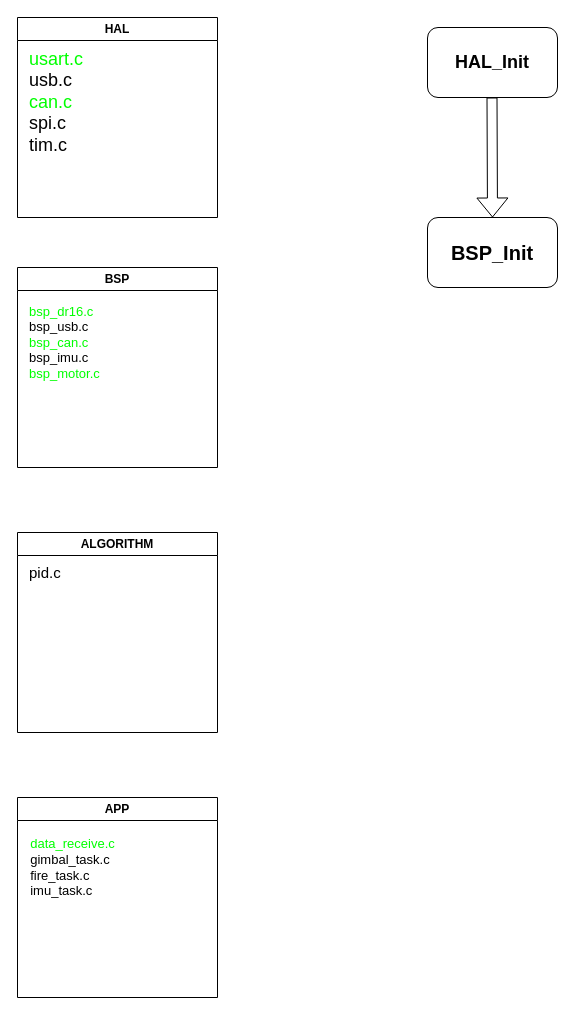
CAYON2023/Git-CAYON keeps this draw.io diagram as demo.drawio. Above is the earlier version. Source tidied: cells renumbered, new cells numbered last; positions are measured from the earlier drawing's top-left corner, leaving out a move shared by most shapes. Both pictures are drawn from the tidied source at 100%, with x=0, y=0 at pixel (17, 17).
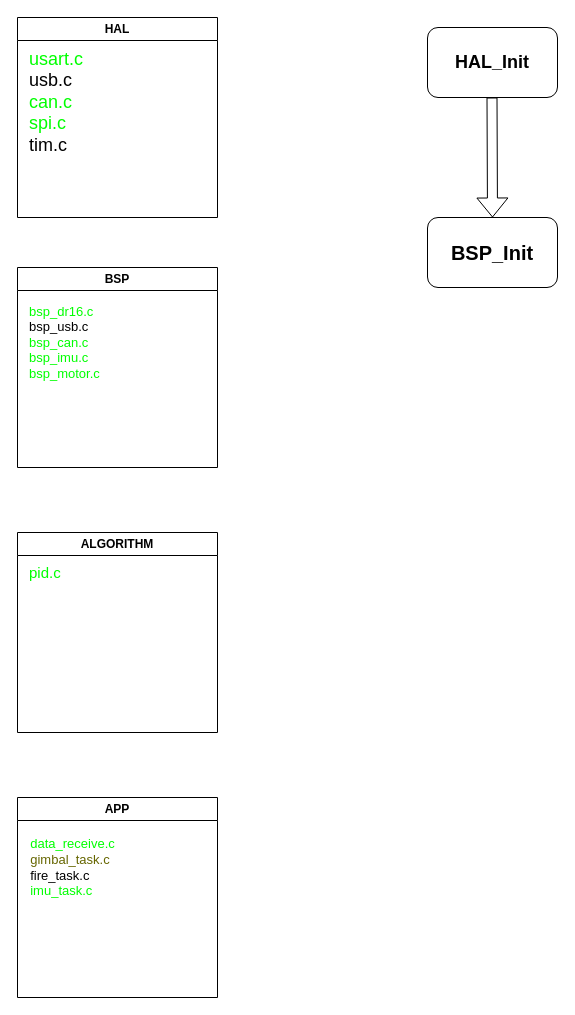
The same diagram, later.

Diff of the diagram source:
```diff
@@
 <mxGraphModel>
   <root>
     <mxCell id="0" />
     <mxCell id="1" parent="0" />
     <mxCell id="2" value="HAL" style="swimlane;whiteSpace=wrap;html=1;" parent="1" vertex="1">
       <mxGeometry width="200" height="200" as="geometry" />
     </mxCell>
-    <mxCell id="3" value="&lt;font style=&quot;font-size: 18px;&quot;&gt;&lt;font color=&quot;#00ff00&quot;&gt;usart.c&lt;br&gt;&lt;/font&gt;usb.c&lt;br&gt;&lt;font color=&quot;#00ff00&quot;&gt;can.c&lt;br&gt;&lt;/font&gt;spi.c&lt;br&gt;tim.c&lt;/font&gt;" style="text;html=1;align=left;verticalAlign=middle;strokeColor=none;fillColor=none;" parent="2" vertex="1">
+    <mxCell id="3" value="&lt;font style=&quot;font-size: 18px;&quot;&gt;&lt;font color=&quot;#00ff00&quot;&gt;usart.c&lt;br&gt;&lt;/font&gt;usb.c&lt;br&gt;&lt;font color=&quot;#00ff00&quot;&gt;can.c&lt;br&gt;spi.c&lt;/font&gt;&lt;br&gt;tim.c&lt;/font&gt;" style="text;html=1;align=left;verticalAlign=middle;strokeColor=none;fillColor=none;" parent="2" vertex="1">
       <mxGeometry x="10" y="25" width="80" height="120" as="geometry" />
     </mxCell>
     <mxCell id="4" value="BSP" style="swimlane;whiteSpace=wrap;html=1;" parent="1" vertex="1">
       <mxGeometry y="250" width="200" height="200" as="geometry" />
     </mxCell>
-    <mxCell id="5" value="&lt;font color=&quot;#00ff00&quot;&gt;bsp_dr16.c&lt;/font&gt;&lt;br style=&quot;font-size: 13px;&quot;&gt;bsp_usb.c&lt;br style=&quot;font-size: 13px;&quot;&gt;&lt;font color=&quot;#00ff00&quot;&gt;bsp_can.c&lt;/font&gt;&lt;br style=&quot;font-size: 13px;&quot;&gt;bsp_imu.c&lt;br&gt;&lt;font color=&quot;#00ff00&quot;&gt;bsp_motor.c&lt;/font&gt;" style="text;html=1;align=left;verticalAlign=middle;strokeColor=none;fillColor=none;fontStyle=0;fontSize=13;" parent="4" vertex="1">
+    <mxCell id="5" value="&lt;font color=&quot;#00ff00&quot;&gt;bsp_dr16.c&lt;/font&gt;&lt;br style=&quot;font-size: 13px;&quot;&gt;bsp_usb.c&lt;br style=&quot;font-size: 13px;&quot;&gt;&lt;font color=&quot;#00ff00&quot;&gt;bsp_can.c&lt;/font&gt;&lt;br style=&quot;font-size: 13px;&quot;&gt;&lt;font color=&quot;#00ff00&quot;&gt;bsp_imu.c&lt;/font&gt;&lt;br&gt;&lt;font color=&quot;#00ff00&quot;&gt;bsp_motor.c&lt;/font&gt;" style="text;html=1;align=left;verticalAlign=middle;strokeColor=none;fillColor=none;fontStyle=0;fontSize=13;" parent="4" vertex="1">
       <mxGeometry x="10" y="30" width="90" height="90" as="geometry" />
     </mxCell>
     <mxCell id="6" value="APP" style="swimlane;whiteSpace=wrap;html=1;" parent="1" vertex="1">
       <mxGeometry y="780" width="200" height="200" as="geometry" />
     </mxCell>
-    <mxCell id="7" value="&lt;div style=&quot;text-align: left; font-size: 13px;&quot;&gt;&lt;span style=&quot;background-color: initial; font-size: 13px;&quot;&gt;&lt;font color=&quot;#00ff00&quot;&gt;data_receive.c&lt;/font&gt;&lt;/span&gt;&lt;/div&gt;&lt;div style=&quot;text-align: left; font-size: 13px;&quot;&gt;&lt;span style=&quot;background-color: initial; font-size: 13px;&quot;&gt;gimbal_task.c&lt;/span&gt;&lt;/div&gt;&lt;div style=&quot;text-align: left; font-size: 13px;&quot;&gt;&lt;span style=&quot;background-color: initial; font-size: 13px;&quot;&gt;fire_task.c&lt;/span&gt;&lt;/div&gt;&lt;div style=&quot;text-align: left; font-size: 13px;&quot;&gt;&lt;span style=&quot;background-color: initial; font-size: 13px;&quot;&gt;imu_task.c&lt;/span&gt;&lt;/div&gt;" style="text;html=1;align=center;verticalAlign=middle;strokeColor=none;fillColor=none;fontSize=13;" parent="6" vertex="1">
+    <mxCell id="7" value="&lt;div style=&quot;text-align: left; font-size: 13px;&quot;&gt;&lt;span style=&quot;background-color: initial; font-size: 13px;&quot;&gt;&lt;font color=&quot;#00ff00&quot;&gt;data_receive.c&lt;/font&gt;&lt;/span&gt;&lt;/div&gt;&lt;div style=&quot;text-align: left; font-size: 13px;&quot;&gt;&lt;span style=&quot;background-color: initial; font-size: 13px;&quot;&gt;&lt;font color=&quot;#666600&quot;&gt;gimbal_task.c&lt;/font&gt;&lt;/span&gt;&lt;/div&gt;&lt;div style=&quot;text-align: left; font-size: 13px;&quot;&gt;&lt;span style=&quot;background-color: initial; font-size: 13px;&quot;&gt;fire_task.c&lt;/span&gt;&lt;/div&gt;&lt;div style=&quot;text-align: left; font-size: 13px;&quot;&gt;&lt;span style=&quot;background-color: initial; font-size: 13px;&quot;&gt;&lt;font color=&quot;#00ff00&quot;&gt;imu_task.c&lt;/font&gt;&lt;/span&gt;&lt;/div&gt;" style="text;html=1;align=center;verticalAlign=middle;strokeColor=none;fillColor=none;fontSize=13;" parent="6" vertex="1">
       <mxGeometry y="30" width="110" height="80" as="geometry" />
     </mxCell>
     <mxCell id="8" value="ALGORITHM" style="swimlane;whiteSpace=wrap;html=1;fontSize=12;" parent="1" vertex="1">
       <mxGeometry y="515" width="200" height="200" as="geometry" />
     </mxCell>
-    <mxCell id="9" value="&lt;font style=&quot;font-size: 15px;&quot;&gt;&lt;span&gt;pid.c&lt;/span&gt;&lt;/font&gt;" style="text;html=1;align=left;verticalAlign=middle;strokeColor=none;fillColor=none;fontStyle=0;" parent="8" vertex="1">
+    <mxCell id="9" value="&lt;font color=&quot;#00ff00&quot; style=&quot;font-size: 15px;&quot;&gt;&lt;span&gt;pid.c&lt;/span&gt;&lt;/font&gt;" style="text;html=1;align=left;verticalAlign=middle;strokeColor=none;fillColor=none;fontStyle=0;" parent="8" vertex="1">
       <mxGeometry x="10" y="25" width="60" height="30" as="geometry" />
     </mxCell>
     <mxCell id="10" value="&lt;b&gt;&lt;font style=&quot;font-size: 18px;&quot;&gt;HAL_Init&lt;/font&gt;&lt;/b&gt;" style="rounded=1;whiteSpace=wrap;html=1;" parent="1" vertex="1">
       <mxGeometry x="410" y="10" width="130" height="70" as="geometry" />
     </mxCell>
     <mxCell id="11" style="shape=flexArrow;endArrow=classic;html=1;rounded=0;" parent="1" edge="1">
       <mxGeometry relative="1" as="geometry">
         <mxPoint x="474.5" y="80" as="sourcePoint" />
         <mxPoint x="475" y="200" as="targetPoint" />
       </mxGeometry>
     </mxCell>
     <mxCell id="12" value="&lt;b&gt;&lt;font style=&quot;font-size: 20px;&quot;&gt;BSP_Init&lt;/font&gt;&lt;/b&gt;" style="rounded=1;whiteSpace=wrap;html=1;" parent="1" vertex="1">
       <mxGeometry x="410" y="200" width="130" height="70" as="geometry" />
     </mxCell>
   </root>
 </mxGraphModel>
```
